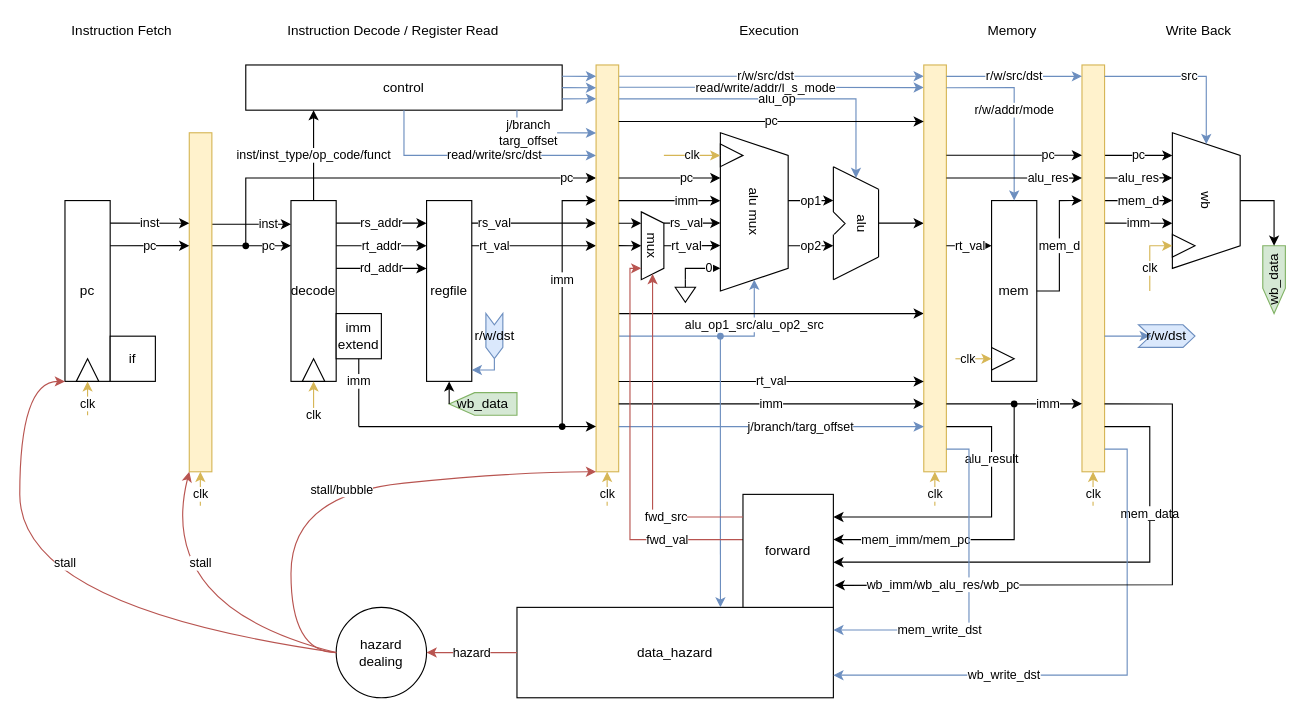
This is assets/PipelineDataHazard.drawio from junyang-zh/HeliumCPUv2-MIPS32, a draw.io file, before an edit. Source tidied: cells renumbered, new cells numbered last; positions are measured from the earlier drawing's top-left corner, leaving out a move shared by most shapes. Both pictures are drawn from the tidied source at 113%, with x=0, y=0 at pixel (19, 19).
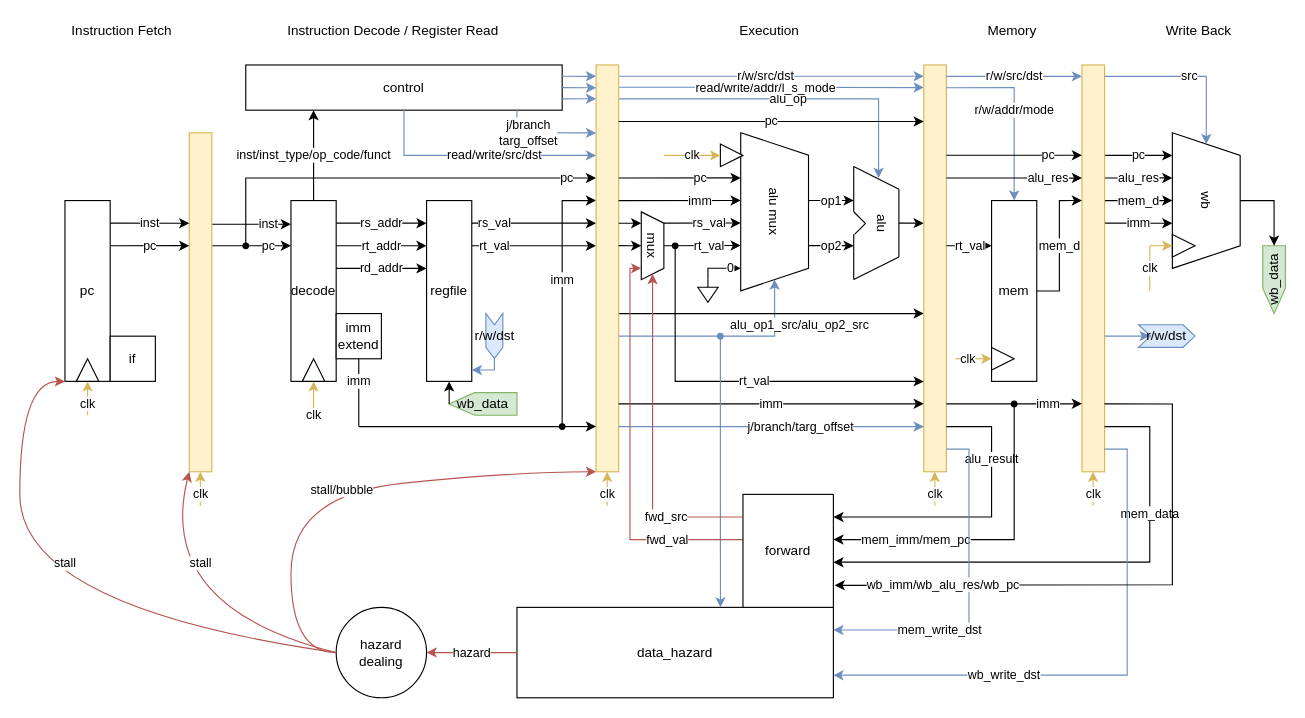
The same page after the edit.

Unchanged cells that the change refers to:
```xml
<mxCell id="67" style="rounded=0;whiteSpace=wrap;html=1;fillColor=#fff2cc;strokeColor=#d6b656;" parent="1" vertex="1">
  <mxGeometry x="510" y="40" width="20" height="360" as="geometry" />
</mxCell>
<mxCell id="74" style="rounded=0;whiteSpace=wrap;html=1;fillColor=#fff2cc;strokeColor=#d6b656;" parent="1" vertex="1">
  <mxGeometry x="800" y="40" width="20" height="360" as="geometry" />
</mxCell>
```

What changed in the source:
```diff
@@
     <mxCell id="20" value="alu mux" style="shape=trapezoid;perimeter=trapezoidPerimeter;whiteSpace=wrap;html=1;fixedSize=1;rotation=90;" parent="1" vertex="1">
-      <mxGeometry x="580" y="140" width="140" height="60" as="geometry" />
+      <mxGeometry x="598" y="139.9" width="140" height="60" as="geometry" />
     </mxCell>
@@
     <mxCell id="22" value="alu_op1_src/alu_op2_src" style="edgeStyle=segmentEdgeStyle;endArrow=classic;html=1;rounded=0;fillColor=#dae8fc;strokeColor=#6c8ebf;entryX=1;entryY=0.5;entryDx=0;entryDy=0;" parent="1" edge="1" target="20">
-      <mxGeometry x="0.53" relative="1" as="geometry">
+      <mxGeometry x="0.57" y="-22" relative="1" as="geometry">
         <mxPoint x="530" y="280" as="sourcePoint" />
         <Array as="points">
-          <mxPoint x="650" y="280" />
+          <mxPoint x="668" y="280" />
         </Array>
       </mxGeometry>
     </mxCell>
     <mxCell id="23" style="verticalLabelPosition=bottom;shadow=0;dashed=0;align=center;html=1;verticalAlign=top;shape=mxgraph.electrical.signal_sources.signal_ground;" parent="1" vertex="1">
-      <mxGeometry x="580" y="230" width="18" height="20" as="geometry" />
+      <mxGeometry x="600" y="230" width="18" height="20" as="geometry" />
     </mxCell>
     <mxCell id="24" value="0" style="edgeStyle=segmentEdgeStyle;endArrow=classic;html=1;rounded=0;exitX=0.5;exitY=0;exitDx=0;exitDy=0;exitPerimeter=0;entryX=0.857;entryY=1;entryDx=0;entryDy=0;entryPerimeter=0;" parent="1" edge="1" source="23" target="20">
       <mxGeometry x="0.51" relative="1" as="geometry">
         <Array as="points">
-          <mxPoint x="589" y="220" />
+          <mxPoint x="609" y="220" />
         </Array>
       </mxGeometry>
     </mxCell>
     <mxCell id="25" style="endArrow=none;html=1;rounded=0;" parent="1" edge="1">
       <mxGeometry relative="1" as="geometry">
-        <mxPoint x="720" y="170" as="sourcePoint" />
-        <mxPoint x="730" y="180" as="targetPoint" />
+        <mxPoint x="738" y="169.9" as="sourcePoint" />
+        <mxPoint x="748" y="179.9" as="targetPoint" />
       </mxGeometry>
     </mxCell>
     <mxCell id="26" style="endArrow=none;html=1;rounded=0;" parent="1" edge="1">
       <mxGeometry relative="1" as="geometry">
-        <mxPoint x="720.7" y="190" as="sourcePoint" />
-        <mxPoint x="730.7" y="180" as="targetPoint" />
+        <mxPoint x="738.7" y="189.9" as="sourcePoint" />
+        <mxPoint x="748.7" y="179.9" as="targetPoint" />
       </mxGeometry>
     </mxCell>
     <mxCell id="27" style="endArrow=none;html=1;rounded=0;" parent="1" edge="1">
       <mxGeometry relative="1" as="geometry">
-        <mxPoint x="720" y="170" as="sourcePoint" />
-        <mxPoint x="720" y="130" as="targetPoint" />
+        <mxPoint x="738" y="169.9" as="sourcePoint" />
+        <mxPoint x="738" y="129.9" as="targetPoint" />
       </mxGeometry>
     </mxCell>
     <mxCell id="28" style="endArrow=none;html=1;rounded=0;" parent="1" edge="1">
       <mxGeometry relative="1" as="geometry">
-        <mxPoint x="720" y="190" as="sourcePoint" />
-        <mxPoint x="720" y="230" as="targetPoint" />
+        <mxPoint x="738" y="189.9" as="sourcePoint" />
+        <mxPoint x="738" y="229.9" as="targetPoint" />
       </mxGeometry>
     </mxCell>
     <mxCell id="29" style="endArrow=none;html=1;rounded=0;" parent="1" edge="1">
       <mxGeometry relative="1" as="geometry">
-        <mxPoint x="720" y="230" as="sourcePoint" />
-        <mxPoint x="760" y="210" as="targetPoint" />
+        <mxPoint x="738" y="229.9" as="sourcePoint" />
+        <mxPoint x="778" y="209.9" as="targetPoint" />
       </mxGeometry>
     </mxCell>
     <mxCell id="30" style="endArrow=none;html=1;rounded=0;" parent="1" edge="1">
       <mxGeometry relative="1" as="geometry">
-        <mxPoint x="720" y="130" as="sourcePoint" />
-        <mxPoint x="760" y="150" as="targetPoint" />
+        <mxPoint x="738" y="129.9" as="sourcePoint" />
+        <mxPoint x="778" y="149.9" as="targetPoint" />
       </mxGeometry>
     </mxCell>
     <mxCell id="31" style="endArrow=none;html=1;rounded=0;" parent="1" edge="1">
       <mxGeometry relative="1" as="geometry">
-        <mxPoint x="760" y="210" as="sourcePoint" />
-        <mxPoint x="760" y="150" as="targetPoint" />
+        <mxPoint x="778" y="209.9" as="sourcePoint" />
+        <mxPoint x="778" y="149.9" as="targetPoint" />
       </mxGeometry>
     </mxCell>
     <mxCell id="32" value="alu" style="text;html=1;align=center;verticalAlign=middle;strokeColor=none;fillColor=none;rotation=90;" parent="1" vertex="1">
-      <mxGeometry x="730" y="170" width="30" height="20" as="geometry" />
+      <mxGeometry x="748" y="169.9" width="30" height="20" as="geometry" />
     </mxCell>
     <mxCell id="33" value="op1" style="endArrow=classic;html=1;rounded=0;exitX=0.429;exitY=0;exitDx=0;exitDy=0;exitPerimeter=0;" parent="1" edge="1" source="20">
       <mxGeometry relative="1" as="geometry">
-        <mxPoint x="720" y="160" as="targetPoint" />
+        <mxPoint x="738" y="159.9" as="targetPoint" />
       </mxGeometry>
     </mxCell>
     <mxCell id="34" value="op2" style="endArrow=classic;html=1;rounded=0;exitX=0.714;exitY=0;exitDx=0;exitDy=0;exitPerimeter=0;" parent="1" edge="1" source="20">
       <mxGeometry relative="1" as="geometry">
-        <mxPoint x="720" y="200" as="targetPoint" />
+        <mxPoint x="738" y="199.9" as="targetPoint" />
       </mxGeometry>
     </mxCell>
     <mxCell id="35" value="alu_op" style="edgeStyle=segmentEdgeStyle;endArrow=classic;html=1;rounded=0;fillColor=#dae8fc;strokeColor=#6c8ebf;" parent="1" edge="1">
       <mxGeometry relative="1" as="geometry">
         <mxPoint x="530" y="70" as="sourcePoint" />
-        <mxPoint x="740" y="140" as="targetPoint" />
+        <mxPoint x="760" y="140" as="targetPoint" />
         <Array as="points">
-          <mxPoint x="740" y="70" />
-          <mxPoint x="740" y="140" />
+          <mxPoint x="760" y="70" />
+          <mxPoint x="760" y="140" />
         </Array>
       </mxGeometry>
     </mxCell>
@@
     <mxCell id="40" style="endArrow=classic;html=1;rounded=0;" parent="1" edge="1">
       <mxGeometry relative="1" as="geometry">
-        <mxPoint x="760" y="180" as="sourcePoint" />
+        <mxPoint x="778" y="179.9" as="sourcePoint" />
         <mxPoint x="800" y="180" as="targetPoint" />
       </mxGeometry>
     </mxCell>
@@
     <mxCell id="75" value="rt_val" style="endArrow=classic;html=1;rounded=0;entryX=0.713;entryY=1;entryDx=0;entryDy=0;entryPerimeter=0;" parent="1" edge="1" target="20">
-      <mxGeometry x="-0.2" relative="1" as="geometry">
+      <mxGeometry x="0.18" relative="1" as="geometry">
         <mxPoint x="570" y="200" as="sourcePoint" />
       </mxGeometry>
     </mxCell>
     <mxCell id="76" value="rs_val" style="endArrow=classic;html=1;rounded=0;entryX=0.571;entryY=1;entryDx=0;entryDy=0;entryPerimeter=0;" parent="1" edge="1" target="20">
-      <mxGeometry x="-0.2" relative="1" as="geometry">
+      <mxGeometry x="0.18" relative="1" as="geometry">
         <mxPoint x="570" y="180" as="sourcePoint" />
       </mxGeometry>
     </mxCell>
@@
-    <mxCell id="79" value="rt_val" style="endArrow=classic;html=1;rounded=0;entryX=0;entryY=0.778;entryDx=0;entryDy=0;entryPerimeter=0;exitX=1;exitY=0.778;exitDx=0;exitDy=0;exitPerimeter=0;" parent="1" edge="1" source="67" target="74">
-      <mxGeometry relative="1" as="geometry" />
+    <mxCell id="79" value="rt_val" style="endArrow=classic;html=1;rounded=0;" parent="1" edge="1">
+      <mxGeometry x="0.12" relative="1" as="geometry">
+        <mxPoint x="580" y="200" as="sourcePoint" />
+        <mxPoint x="800" y="320" as="targetPoint" />
+        <Array as="points">
+          <mxPoint x="580" y="320" />
+        </Array>
+      </mxGeometry>
     </mxCell>
@@
+    <mxCell id="122" style="shape=waypoint;sketch=0;fillStyle=solid;size=6;fillColor=none;perimeter=centerPerimeter;" parent="1" vertex="1">
+      <mxGeometry x="560" y="180" width="40" height="40" as="geometry" />
+    </mxCell>
```
